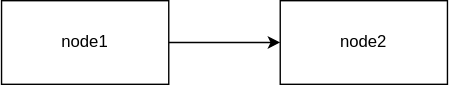
Before: packages/monorepo-1/src/summarys/test.drawio.svg, a diagram exported from draw.io (ruan-cat/monorepo). Source tidied: cells renumbered, new cells last; positions are measured from the earlier drawing's top-left corner, leaving out a move shared by most shapes. The source it was exported from:
```xml
<mxGraphModel>
  <root>
    <mxCell id="0" />
    <mxCell id="1" parent="0" />
    <mxCell id="2" style="edgeStyle=none;html=1;" parent="1" edge="1" source="3" target="4">
      <mxGeometry relative="1" as="geometry" />
    </mxCell>
    <mxCell id="3" value="node1" style="rounded=0;whiteSpace=wrap;html=1;" parent="1" vertex="1">
      <mxGeometry width="120" height="60" as="geometry" />
    </mxCell>
    <mxCell id="4" value="node2" style="rounded=0;whiteSpace=wrap;html=1;" parent="1" vertex="1">
      <mxGeometry x="200" width="120" height="60" as="geometry" />
    </mxCell>
  </root>
</mxGraphModel>
```
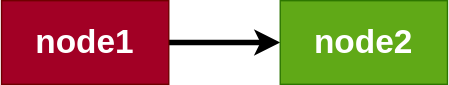
The same file after the commit.

Commit message:
🐞 fix: 移除配置；可以正常打开 .drawio.svg 文件了；

The edit, as a diff of the source:
```diff
@@ -2,13 +2,13 @@
   <root>
     <mxCell id="0" />
     <mxCell id="1" parent="0" />
-    <mxCell id="2" style="edgeStyle=none;html=1;" parent="1" edge="1" source="3" target="4">
+    <mxCell id="2" style="edgeStyle=none;html=1;strokeWidth=4;" parent="1" edge="1" source="3" target="4">
       <mxGeometry relative="1" as="geometry" />
     </mxCell>
-    <mxCell id="3" value="node1" style="rounded=0;whiteSpace=wrap;html=1;" parent="1" vertex="1">
+    <mxCell id="3" value="&lt;h1&gt;node1&lt;/h1&gt;" style="rounded=0;whiteSpace=wrap;html=1;fillColor=#a20025;fontColor=#ffffff;strokeColor=#6F0000;" parent="1" vertex="1">
       <mxGeometry width="120" height="60" as="geometry" />
     </mxCell>
-    <mxCell id="4" value="node2" style="rounded=0;whiteSpace=wrap;html=1;" parent="1" vertex="1">
+    <mxCell id="4" value="&lt;h1&gt;node2&lt;/h1&gt;" style="rounded=0;whiteSpace=wrap;html=1;fillColor=#60a917;fontColor=#ffffff;strokeColor=#2D7600;" parent="1" vertex="1">
       <mxGeometry x="200" width="120" height="60" as="geometry" />
     </mxCell>
   </root>
```
